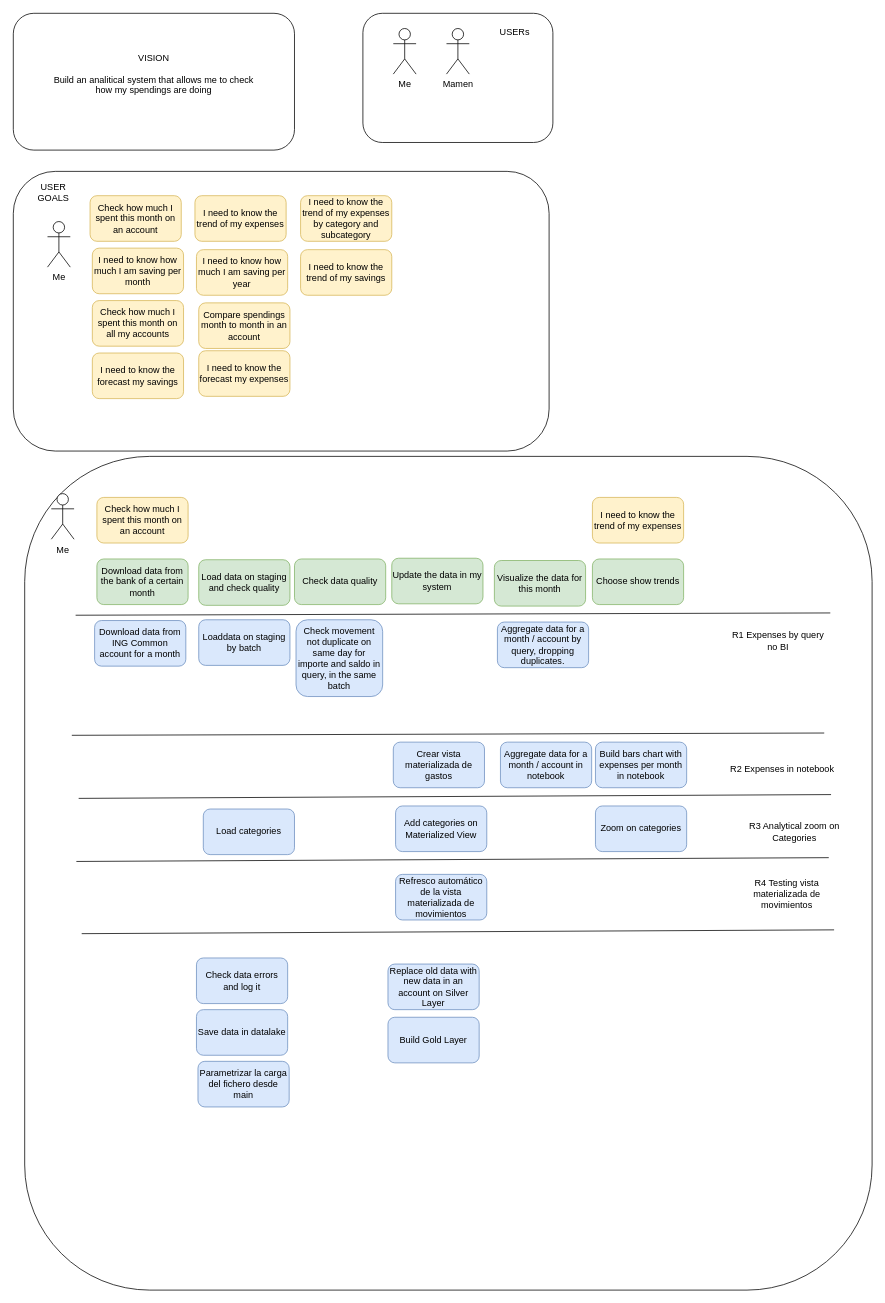
The draw.io diagram page "User Story Mapping" (1 of 6) of diagrams/diagrams.dio in cperezh/DataEng_Patterns, before the edit. Source tidied: cells renumbered, new cells numbered last; positions are measured from the earlier drawing's top-left corner, leaving out a move shared by most shapes. Both pictures are drawn from the tidied source at 76%, with x=0, y=0 at pixel (13, 13).
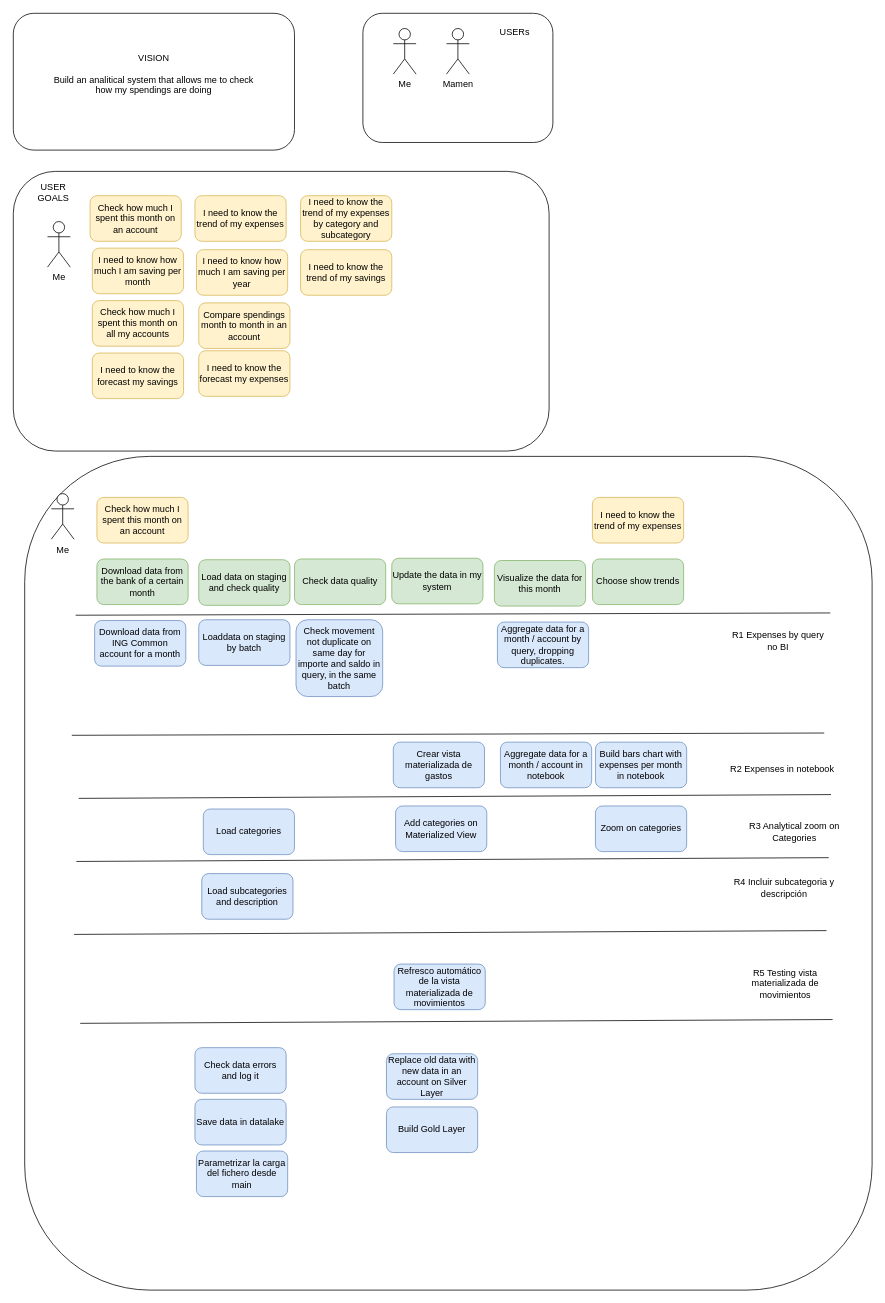
After the change.

The edit, as a diff of the source:
```diff
@@
     <mxCell id="29" value="Replace old data with new data in an account on Silver Layer" style="rounded=1;whiteSpace=wrap;html=1;strokeColor=#6c8ebf;align=center;verticalAlign=middle;fontFamily=Helvetica;fontSize=12;fillColor=#dae8fc;" parent="1" vertex="1">
-      <mxGeometry x="493" y="1251" width="120" height="60" as="geometry" />
+      <mxGeometry x="491" y="1369" width="120" height="60" as="geometry" />
     </mxCell>
@@
-    <mxCell id="36" value="R4 Testing vista materializada de movimientos" style="text;html=1;align=center;verticalAlign=middle;whiteSpace=wrap;rounded=0;" parent="1" vertex="1">
-      <mxGeometry x="938" y="1144" width="160" height="30" as="geometry" />
+    <mxCell id="36" value="R5 Testing vista materializada de movimientos" style="text;html=1;align=center;verticalAlign=middle;whiteSpace=wrap;rounded=0;" parent="1" vertex="1">
+      <mxGeometry x="936" y="1262" width="160" height="30" as="geometry" />
     </mxCell>
     <mxCell id="37" value="Save data in datalake" style="rounded=1;whiteSpace=wrap;html=1;strokeColor=#6c8ebf;align=center;verticalAlign=middle;fontFamily=Helvetica;fontSize=12;fillColor=#dae8fc;" parent="1" vertex="1">
-      <mxGeometry x="241" y="1311" width="120" height="60" as="geometry" />
+      <mxGeometry x="239" y="1429" width="120" height="60" as="geometry" />
     </mxCell>
     <mxCell id="38" value="Build Gold Layer" style="rounded=1;whiteSpace=wrap;html=1;strokeColor=#6c8ebf;align=center;verticalAlign=middle;fontFamily=Helvetica;fontSize=12;fillColor=#dae8fc;" parent="1" vertex="1">
-      <mxGeometry x="493" y="1321" width="120" height="60" as="geometry" />
+      <mxGeometry x="491" y="1439" width="120" height="60" as="geometry" />
     </mxCell>
@@
     <mxCell id="45" value="Check data errors and log it" style="rounded=1;whiteSpace=wrap;html=1;strokeColor=#6c8ebf;align=center;verticalAlign=middle;fontFamily=Helvetica;fontSize=12;fillColor=#dae8fc;" parent="1" vertex="1">
-      <mxGeometry x="241" y="1243" width="120" height="60" as="geometry" />
+      <mxGeometry x="239" y="1361" width="120" height="60" as="geometry" />
     </mxCell>
     <mxCell id="46" value="Parametrizar la carga del fichero desde main" style="rounded=1;whiteSpace=wrap;html=1;strokeColor=#6c8ebf;align=center;verticalAlign=middle;fontFamily=Helvetica;fontSize=12;fillColor=#dae8fc;" parent="1" vertex="1">
-      <mxGeometry x="243" y="1379" width="120" height="60" as="geometry" />
+      <mxGeometry x="241" y="1497" width="120" height="60" as="geometry" />
     </mxCell>
@@
     <mxCell id="53" value="Refresco automático de la vista materializada de movimientos" style="rounded=1;whiteSpace=wrap;html=1;strokeColor=#6c8ebf;align=center;verticalAlign=middle;fontFamily=Helvetica;fontSize=12;fillColor=#dae8fc;" parent="1" vertex="1">
-      <mxGeometry x="503" y="1133" width="120" height="60" as="geometry" />
+      <mxGeometry x="501" y="1251" width="120" height="60" as="geometry" />
     </mxCell>
     <mxCell id="54" style="endArrow=none;html=1;" parent="1" edge="1">
       <mxGeometry relative="1" as="geometry">
-        <mxPoint x="90" y="1211" as="sourcePoint" />
-        <mxPoint x="1080" y="1206" as="targetPoint" />
+        <mxPoint x="88" y="1329" as="sourcePoint" />
+        <mxPoint x="1078" y="1324" as="targetPoint" />
       </mxGeometry>
     </mxCell>
@@
+    <mxCell id="56" style="endArrow=none;html=1;" parent="1" edge="1">
+      <mxGeometry relative="1" as="geometry">
+        <mxPoint x="80" y="1212" as="sourcePoint" />
+        <mxPoint x="1070" y="1207" as="targetPoint" />
+      </mxGeometry>
+    </mxCell>
+    <mxCell id="57" value="R4 Incluir subcategoria y descripción" style="text;html=1;align=center;verticalAlign=middle;whiteSpace=wrap;rounded=0;" parent="1" vertex="1">
+      <mxGeometry x="919" y="1136" width="191" height="30" as="geometry" />
+    </mxCell>
+    <mxCell id="58" value="Load subcategories and description" style="rounded=1;whiteSpace=wrap;html=1;strokeColor=#6c8ebf;align=center;verticalAlign=middle;fontFamily=Helvetica;fontSize=12;fillColor=#dae8fc;" parent="1" vertex="1">
+      <mxGeometry x="248" y="1132" width="120" height="60" as="geometry" />
+    </mxCell>
```
